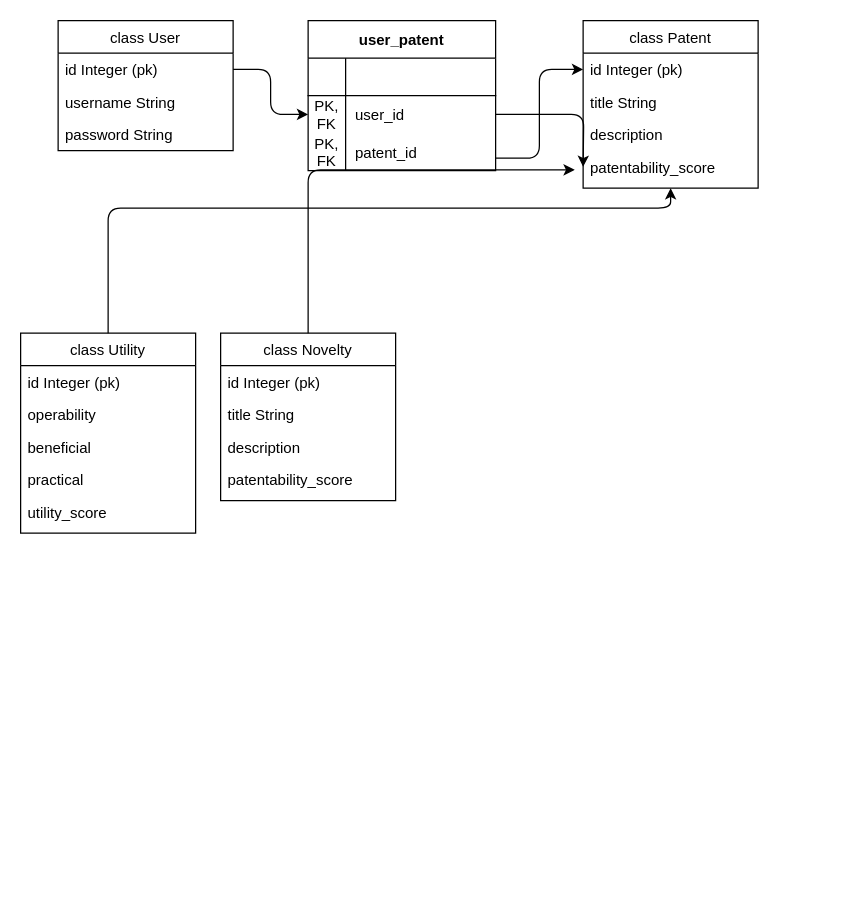
Before: patentschema.drawio in ryan-dev-flat/patent, a draw.io diagram. Source tidied: cells renumbered, new cells numbered last; positions are measured from the earlier drawing's top-left corner, leaving out a move shared by most shapes. Both pictures are drawn from the tidied source at 125%, with x=0, y=0 at pixel (20, 20).
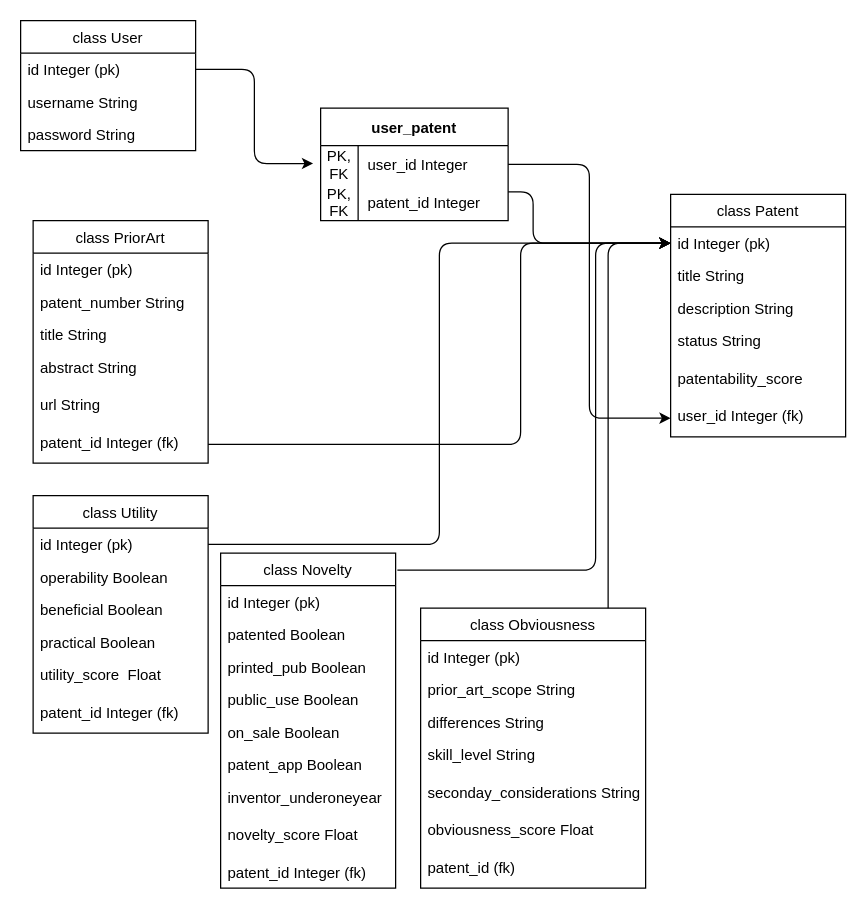
After the change.

Commit message (it also covers changes not shown here):
updated readme for user stories and schema

The change refers to these unchanged cells:
```xml
<mxCell id="3" value="id Integer (pk)" style="text;strokeColor=none;fillColor=none;align=left;verticalAlign=top;spacingLeft=4;spacingRight=4;overflow=hidden;points=[[0,0.5],[1,0.5]];portConstraint=eastwest;" parent="2" vertex="1">
  <mxGeometry y="26" width="140" height="26" as="geometry" />
</mxCell>
```

Diff of the diagram source:
```diff
@@
     <mxCell id="2" value="class User" style="swimlane;fontStyle=0;horizontal=1;startSize=26;fillColor=none;" parent="1" vertex="1">
-      <mxGeometry x="30" width="140" height="104" as="geometry" />
+      <mxGeometry width="140" height="104" as="geometry" />
     </mxCell>
@@
-    <mxCell id="6" style="edgeStyle=orthogonalEdgeStyle;html=1;elbow=vertical;" parent="1" edge="1" source="26" target="12">
-      <mxGeometry relative="1" as="geometry">
-        <Array as="points">
-          <mxPoint x="70" y="150" />
-          <mxPoint x="520" y="150" />
-        </Array>
-      </mxGeometry>
-    </mxCell>
-    <mxCell id="7" style="edgeStyle=orthogonalEdgeStyle;html=1;elbow=vertical;entryX=-0.048;entryY=0.513;entryDx=0;entryDy=0;entryPerimeter=0;" parent="1" edge="1" source="32" target="12">
-      <mxGeometry relative="1" as="geometry" />
-    </mxCell>
-    <mxCell id="8" value="class Patent" style="swimlane;fontStyle=0;horizontal=1;startSize=26;fillColor=none;" parent="1" vertex="1">
-      <mxGeometry x="450" width="140" height="134" as="geometry" />
-    </mxCell>
-    <mxCell id="9" value="id Integer (pk)" style="text;strokeColor=none;fillColor=none;align=left;verticalAlign=top;spacingLeft=4;spacingRight=4;overflow=hidden;points=[[0,0.5],[1,0.5]];portConstraint=eastwest;" parent="8" vertex="1">
-      <mxGeometry y="26" width="140" height="26" as="geometry" />
-    </mxCell>
-    <mxCell id="10" value="title String" style="text;strokeColor=none;fillColor=none;align=left;verticalAlign=top;spacingLeft=4;spacingRight=4;overflow=hidden;" parent="8" vertex="1">
-      <mxGeometry y="52" width="140" height="26" as="geometry" />
-    </mxCell>
-    <mxCell id="11" value="description" style="text;strokeColor=none;fillColor=none;align=left;verticalAlign=top;spacingLeft=4;spacingRight=4;overflow=hidden;" parent="8" vertex="1">
-      <mxGeometry y="78" width="140" height="26" as="geometry" />
-    </mxCell>
-    <mxCell id="12" value="patentability_score" style="text;strokeColor=none;fillColor=none;align=left;verticalAlign=top;spacingLeft=4;spacingRight=4;overflow=hidden;points=[[0,0.5],[1,0.5]];portConstraint=eastwest;" parent="8" vertex="1">
-      <mxGeometry y="104" width="140" height="30" as="geometry" />
-    </mxCell>
-    <mxCell id="13" style="edgeStyle=orthogonalEdgeStyle;html=1;elbow=vertical;exitX=1;exitY=0.5;exitDx=0;exitDy=0;" parent="1" edge="1" source="18">
-      <mxGeometry relative="1" as="geometry">
-        <mxPoint x="450" y="117" as="targetPoint" />
-      </mxGeometry>
-    </mxCell>
+    <mxCell id="37" style="edgeStyle=elbowEdgeStyle;html=1;entryX=0;entryY=0.5;entryDx=0;entryDy=0;" parent="1" edge="1" source="14" target="55">
+      <mxGeometry relative="1" as="geometry" />
+    </mxCell>
+    <mxCell id="26" value="class Utility" style="swimlane;fontStyle=0;horizontal=1;startSize=26;fillColor=none;" parent="1" vertex="1">
+      <mxGeometry x="10" y="380" width="140" height="190" as="geometry" />
+    </mxCell>
+    <mxCell id="27" value="id Integer (pk)" style="text;strokeColor=none;fillColor=none;align=left;verticalAlign=top;spacingLeft=4;spacingRight=4;overflow=hidden;points=[[0,0.5],[1,0.5]];portConstraint=eastwest;" parent="26" vertex="1">
+      <mxGeometry y="26" width="140" height="26" as="geometry" />
+    </mxCell>
+    <mxCell id="28" value="operability Boolean" style="text;strokeColor=none;fillColor=none;align=left;verticalAlign=top;spacingLeft=4;spacingRight=4;overflow=hidden;" parent="26" vertex="1">
+      <mxGeometry y="52" width="140" height="26" as="geometry" />
+    </mxCell>
+    <mxCell id="29" value="beneficial Boolean" style="text;strokeColor=none;fillColor=none;align=left;verticalAlign=top;spacingLeft=4;spacingRight=4;overflow=hidden;" parent="26" vertex="1">
+      <mxGeometry y="78" width="140" height="26" as="geometry" />
+    </mxCell>
+    <mxCell id="30" value="practical Boolean" style="text;strokeColor=none;fillColor=none;align=left;verticalAlign=top;spacingLeft=4;spacingRight=4;overflow=hidden;" parent="26" vertex="1">
+      <mxGeometry y="104" width="140" height="26" as="geometry" />
+    </mxCell>
+    <mxCell id="31" value="utility_score  Float" style="text;strokeColor=none;fillColor=none;align=left;verticalAlign=top;spacingLeft=4;spacingRight=4;overflow=hidden;" parent="26" vertex="1">
+      <mxGeometry y="130" width="140" height="30" as="geometry" />
+    </mxCell>
+    <mxCell id="38" value="patent_id Integer (fk)" style="text;strokeColor=none;fillColor=none;align=left;verticalAlign=top;spacingLeft=4;spacingRight=4;overflow=hidden;" parent="26" vertex="1">
+      <mxGeometry y="160" width="140" height="30" as="geometry" />
+    </mxCell>
+    <mxCell id="39" style="edgeStyle=elbowEdgeStyle;html=1;startArrow=none;entryX=0;entryY=0.5;entryDx=0;entryDy=0;" parent="1" edge="1" source="57" target="9">
+      <mxGeometry relative="1" as="geometry">
+        <Array as="points">
+          <mxPoint x="470" y="200" />
+        </Array>
+      </mxGeometry>
+    </mxCell>
+    <mxCell id="40" value="class PriorArt" style="swimlane;fontStyle=0;horizontal=1;startSize=26;fillColor=none;" parent="1" vertex="1">
+      <mxGeometry x="10" y="160" width="140" height="194" as="geometry" />
+    </mxCell>
+    <mxCell id="41" value="id Integer (pk)" style="text;strokeColor=none;fillColor=none;align=left;verticalAlign=top;spacingLeft=4;spacingRight=4;overflow=hidden;" parent="40" vertex="1">
+      <mxGeometry y="26" width="140" height="26" as="geometry" />
+    </mxCell>
+    <mxCell id="42" value="patent_number String" style="text;strokeColor=none;fillColor=none;align=left;verticalAlign=top;spacingLeft=4;spacingRight=4;overflow=hidden;" parent="40" vertex="1">
+      <mxGeometry y="52" width="140" height="26" as="geometry" />
+    </mxCell>
+    <mxCell id="43" value="title String" style="text;strokeColor=none;fillColor=none;align=left;verticalAlign=top;spacingLeft=4;spacingRight=4;overflow=hidden;" parent="40" vertex="1">
+      <mxGeometry y="78" width="140" height="26" as="geometry" />
+    </mxCell>
+    <mxCell id="44" value="abstract String" style="text;strokeColor=none;fillColor=none;align=left;verticalAlign=top;spacingLeft=4;spacingRight=4;overflow=hidden;" parent="40" vertex="1">
+      <mxGeometry y="104" width="140" height="30" as="geometry" />
+    </mxCell>
+    <mxCell id="45" value="url String" style="text;strokeColor=none;fillColor=none;align=left;verticalAlign=top;spacingLeft=4;spacingRight=4;overflow=hidden;" parent="40" vertex="1">
+      <mxGeometry y="134" width="140" height="30" as="geometry" />
+    </mxCell>
+    <mxCell id="46" value="patent_id Integer (fk)" style="text;strokeColor=none;fillColor=none;align=left;verticalAlign=top;spacingLeft=4;spacingRight=4;overflow=hidden;points=[[0,0.5],[1,0.5]];portConstraint=eastwest;" parent="40" vertex="1">
+      <mxGeometry y="164" width="140" height="30" as="geometry" />
+    </mxCell>
+    <mxCell id="47" style="edgeStyle=elbowEdgeStyle;html=1;entryX=0;entryY=0.5;entryDx=0;entryDy=0;exitX=1.01;exitY=0.051;exitDx=0;exitDy=0;exitPerimeter=0;" parent="1" edge="1" source="32" target="9">
+      <mxGeometry relative="1" as="geometry">
+        <Array as="points">
+          <mxPoint x="460" y="380" />
+        </Array>
+      </mxGeometry>
+    </mxCell>
+    <mxCell id="32" value="class Novelty" style="swimlane;fontStyle=0;horizontal=1;startSize=26;fillColor=none;" parent="1" vertex="1">
+      <mxGeometry x="160" y="426" width="140" height="268" as="geometry" />
+    </mxCell>
+    <mxCell id="33" value="id Integer (pk)" style="text;strokeColor=none;fillColor=none;align=left;verticalAlign=top;spacingLeft=4;spacingRight=4;overflow=hidden;" parent="32" vertex="1">
+      <mxGeometry y="26" width="140" height="26" as="geometry" />
+    </mxCell>
+    <mxCell id="34" value="patented Boolean" style="text;strokeColor=none;fillColor=none;align=left;verticalAlign=top;spacingLeft=4;spacingRight=4;overflow=hidden;" parent="32" vertex="1">
+      <mxGeometry y="52" width="140" height="26" as="geometry" />
+    </mxCell>
+    <mxCell id="35" value="printed_pub Boolean&#10;" style="text;strokeColor=none;fillColor=none;align=left;verticalAlign=top;spacingLeft=4;spacingRight=4;overflow=hidden;" parent="32" vertex="1">
+      <mxGeometry y="78" width="140" height="26" as="geometry" />
+    </mxCell>
+    <mxCell id="48" value="public_use Boolean" style="text;strokeColor=none;fillColor=none;align=left;verticalAlign=top;spacingLeft=4;spacingRight=4;overflow=hidden;" parent="32" vertex="1">
+      <mxGeometry y="104" width="140" height="26" as="geometry" />
+    </mxCell>
+    <mxCell id="49" value="on_sale Boolean" style="text;strokeColor=none;fillColor=none;align=left;verticalAlign=top;spacingLeft=4;spacingRight=4;overflow=hidden;" parent="32" vertex="1">
+      <mxGeometry y="130" width="140" height="26" as="geometry" />
+    </mxCell>
+    <mxCell id="50" value="patent_app Boolean" style="text;strokeColor=none;fillColor=none;align=left;verticalAlign=top;spacingLeft=4;spacingRight=4;overflow=hidden;" parent="32" vertex="1">
+      <mxGeometry y="156" width="140" height="26" as="geometry" />
+    </mxCell>
+    <mxCell id="36" value="inventor_underoneyear" style="text;strokeColor=none;fillColor=none;align=left;verticalAlign=top;spacingLeft=4;spacingRight=4;overflow=hidden;" parent="32" vertex="1">
+      <mxGeometry y="182" width="140" height="30" as="geometry" />
+    </mxCell>
+    <mxCell id="51" value="novelty_score Float" style="text;strokeColor=none;fillColor=none;align=left;verticalAlign=top;spacingLeft=4;spacingRight=4;overflow=hidden;" parent="32" vertex="1">
+      <mxGeometry y="212" width="140" height="30" as="geometry" />
+    </mxCell>
+    <mxCell id="52" value="patent_id Integer (fk)" style="text;strokeColor=none;fillColor=none;align=left;verticalAlign=top;spacingLeft=4;spacingRight=4;overflow=hidden;" parent="32" vertex="1">
+      <mxGeometry y="242" width="140" height="26" as="geometry" />
+    </mxCell>
+    <mxCell id="53" style="edgeStyle=elbowEdgeStyle;html=1;entryX=0;entryY=0.5;entryDx=0;entryDy=0;startArrow=none;" parent="1" edge="1" source="14" target="9">
+      <mxGeometry relative="1" as="geometry">
+        <Array as="points">
+          <mxPoint x="410" y="137" />
+          <mxPoint x="440" y="120" />
+        </Array>
+      </mxGeometry>
+    </mxCell>
     <mxCell id="14" value="user_patent" style="shape=table;startSize=30;childLayout=tableLayout;rowLines=0;fontStyle=1;align=center;" parent="1" vertex="1">
-      <mxGeometry x="230" width="150" height="120" as="geometry" />
+      <mxGeometry x="240" y="70" width="150" height="90" as="geometry" />
     </mxCell>
-    <mxCell id="15" style="shape=tableRow;horizontal=0;startSize=0;swimlaneHead=0;swimlaneBody=0;fillColor=none;top=0;left=0;right=0;bottom=1;" parent="14" vertex="1">
-      <mxGeometry y="30" width="150" height="30" as="geometry" />
-    </mxCell>
-    <mxCell id="16" style="shape=partialRectangle;fillColor=none;top=0;left=0;bottom=0;right=0;fontStyle=1;overflow=hidden;" parent="15" vertex="1">
-      <mxGeometry width="30" height="30" as="geometry" />
-    </mxCell>
-    <mxCell id="17" style="shape=partialRectangle;fillColor=none;top=0;left=0;bottom=0;right=0;align=left;spacingLeft=6;fontStyle=5;overflow=hidden;" parent="15" vertex="1">
-      <mxGeometry x="30" width="120" height="30" as="geometry" />
-    </mxCell>
     <mxCell id="18" style="shape=tableRow;horizontal=0;startSize=0;swimlaneHead=0;swimlaneBody=0;fillColor=none;points=[[0,0.5],[1,0.5]];portConstraint=eastwest;top=0;left=0;right=0;bottom=0;" parent="14" vertex="1">
-      <mxGeometry y="60" width="150" height="30" as="geometry" />
+      <mxGeometry y="30" width="150" height="30" as="geometry" />
     </mxCell>
@@
-    <mxCell id="20" value="user_id" style="shape=partialRectangle;fillColor=none;top=0;left=0;bottom=0;right=0;align=left;spacingLeft=6;overflow=hidden;" parent="18" vertex="1">
+    <mxCell id="20" value="user_id Integer" style="shape=partialRectangle;fillColor=none;top=0;left=0;bottom=0;right=0;align=left;spacingLeft=6;overflow=hidden;" parent="18" vertex="1">
       <mxGeometry x="30" width="120" height="30" as="geometry" />
     </mxCell>
     <mxCell id="21" style="shape=tableRow;horizontal=0;startSize=0;swimlaneHead=0;swimlaneBody=0;fillColor=none;top=0;left=0;right=0;bottom=0;" parent="14" vertex="1">
-      <mxGeometry y="90" width="150" height="30" as="geometry" />
+      <mxGeometry y="60" width="150" height="30" as="geometry" />
     </mxCell>
@@
-    <mxCell id="23" value="patent_id" style="shape=partialRectangle;fillColor=none;top=0;left=0;bottom=0;right=0;align=left;spacingLeft=6;overflow=hidden;" parent="21" vertex="1">
+    <mxCell id="23" value="patent_id Integer" style="shape=partialRectangle;fillColor=none;top=0;left=0;bottom=0;right=0;align=left;spacingLeft=6;overflow=hidden;" parent="21" vertex="1">
       <mxGeometry x="30" width="120" height="30" as="geometry" />
     </mxCell>
-    <mxCell id="24" style="edgeStyle=orthogonalEdgeStyle;elbow=vertical;html=1;" parent="1" edge="1" target="9">
-      <mxGeometry relative="1" as="geometry">
-        <mxPoint x="380" y="110" as="sourcePoint" />
-        <Array as="points">
-          <mxPoint x="380" y="110" />
-          <mxPoint x="415" y="110" />
-          <mxPoint x="415" y="39" />
-        </Array>
-      </mxGeometry>
-    </mxCell>
+    <mxCell id="8" value="class Patent" style="swimlane;fontStyle=0;horizontal=1;startSize=26;fillColor=none;" parent="1" vertex="1">
+      <mxGeometry x="520" y="139" width="140" height="194" as="geometry" />
+    </mxCell>
+    <mxCell id="9" value="id Integer (pk)" style="text;strokeColor=none;fillColor=none;align=left;verticalAlign=top;spacingLeft=4;spacingRight=4;overflow=hidden;points=[[0,0.5],[1,0.5]];portConstraint=eastwest;" parent="8" vertex="1">
+      <mxGeometry y="26" width="140" height="26" as="geometry" />
+    </mxCell>
+    <mxCell id="10" value="title String" style="text;strokeColor=none;fillColor=none;align=left;verticalAlign=top;spacingLeft=4;spacingRight=4;overflow=hidden;" parent="8" vertex="1">
+      <mxGeometry y="52" width="140" height="26" as="geometry" />
+    </mxCell>
+    <mxCell id="11" value="description String" style="text;strokeColor=none;fillColor=none;align=left;verticalAlign=top;spacingLeft=4;spacingRight=4;overflow=hidden;" parent="8" vertex="1">
+      <mxGeometry y="78" width="140" height="26" as="geometry" />
+    </mxCell>
+    <mxCell id="54" value="status String" style="text;strokeColor=none;fillColor=none;align=left;verticalAlign=top;spacingLeft=4;spacingRight=4;overflow=hidden;" parent="8" vertex="1">
+      <mxGeometry y="104" width="140" height="30" as="geometry" />
+    </mxCell>
+    <mxCell id="12" value="patentability_score" style="text;strokeColor=none;fillColor=none;align=left;verticalAlign=top;spacingLeft=4;spacingRight=4;overflow=hidden;points=[[0,0.5],[1,0.5]];portConstraint=eastwest;" parent="8" vertex="1">
+      <mxGeometry y="134" width="140" height="30" as="geometry" />
+    </mxCell>
+    <mxCell id="55" value="user_id Integer (fk)" style="text;strokeColor=none;fillColor=none;align=left;verticalAlign=top;spacingLeft=4;spacingRight=4;overflow=hidden;points=[[0,0.5],[1,0.5]];portConstraint=eastwest;" parent="8" vertex="1">
+      <mxGeometry y="164" width="140" height="30" as="geometry" />
+    </mxCell>
+    <mxCell id="56" style="edgeStyle=elbowEdgeStyle;html=1;entryX=0;entryY=0.5;entryDx=0;entryDy=0;" parent="1" edge="1" source="46" target="9">
+      <mxGeometry relative="1" as="geometry">
+        <Array as="points">
+          <mxPoint x="400" y="320" />
+          <mxPoint x="440" y="260" />
+        </Array>
+      </mxGeometry>
+    </mxCell>
-    <mxCell id="25" style="edgeStyle=orthogonalEdgeStyle;html=1;exitX=1;exitY=0.5;exitDx=0;exitDy=0;entryX=0;entryY=0.5;entryDx=0;entryDy=0;elbow=vertical;" parent="1" edge="1" source="3" target="18">
+    <mxCell id="25" style="edgeStyle=elbowEdgeStyle;html=1;entryX=-0.04;entryY=0.478;entryDx=0;entryDy=0;entryPerimeter=0;" parent="1" edge="1" source="3" target="18">
       <mxGeometry relative="1" as="geometry" />
     </mxCell>
-    <mxCell id="26" value="class Utility" style="swimlane;fontStyle=0;horizontal=1;startSize=26;fillColor=none;" parent="1" vertex="1">
-      <mxGeometry y="250" width="140" height="160" as="geometry" />
-    </mxCell>
-    <mxCell id="27" value="id Integer (pk)" style="text;strokeColor=none;fillColor=none;align=left;verticalAlign=top;spacingLeft=4;spacingRight=4;overflow=hidden;points=[[0,0.5],[1,0.5]];portConstraint=eastwest;" parent="26" vertex="1">
-      <mxGeometry y="26" width="140" height="26" as="geometry" />
-    </mxCell>
-    <mxCell id="28" value="operability" style="text;strokeColor=none;fillColor=none;align=left;verticalAlign=top;spacingLeft=4;spacingRight=4;overflow=hidden;" parent="26" vertex="1">
-      <mxGeometry y="52" width="140" height="26" as="geometry" />
-    </mxCell>
-    <mxCell id="29" value="beneficial" style="text;strokeColor=none;fillColor=none;align=left;verticalAlign=top;spacingLeft=4;spacingRight=4;overflow=hidden;" parent="26" vertex="1">
-      <mxGeometry y="78" width="140" height="26" as="geometry" />
-    </mxCell>
-    <mxCell id="30" value="practical" style="text;strokeColor=none;fillColor=none;align=left;verticalAlign=top;spacingLeft=4;spacingRight=4;overflow=hidden;" parent="26" vertex="1">
-      <mxGeometry y="104" width="140" height="26" as="geometry" />
-    </mxCell>
-    <mxCell id="31" value="utility_score " style="text;strokeColor=none;fillColor=none;align=left;verticalAlign=top;spacingLeft=4;spacingRight=4;overflow=hidden;" parent="26" vertex="1">
-      <mxGeometry y="130" width="140" height="30" as="geometry" />
-    </mxCell>
-    <mxCell id="32" value="class Novelty" style="swimlane;fontStyle=0;horizontal=1;startSize=26;fillColor=none;" parent="1" vertex="1">
-      <mxGeometry x="160" y="250" width="140" height="134" as="geometry" />
-    </mxCell>
-    <mxCell id="33" value="id Integer (pk)" style="text;strokeColor=none;fillColor=none;align=left;verticalAlign=top;spacingLeft=4;spacingRight=4;overflow=hidden;" parent="32" vertex="1">
-      <mxGeometry y="26" width="140" height="26" as="geometry" />
-    </mxCell>
-    <mxCell id="34" value="title String" style="text;strokeColor=none;fillColor=none;align=left;verticalAlign=top;spacingLeft=4;spacingRight=4;overflow=hidden;" parent="32" vertex="1">
-      <mxGeometry y="52" width="140" height="26" as="geometry" />
-    </mxCell>
-    <mxCell id="35" value="description" style="text;strokeColor=none;fillColor=none;align=left;verticalAlign=top;spacingLeft=4;spacingRight=4;overflow=hidden;" parent="32" vertex="1">
-      <mxGeometry y="78" width="140" height="26" as="geometry" />
-    </mxCell>
-    <mxCell id="36" value="patentability_score" style="text;strokeColor=none;fillColor=none;align=left;verticalAlign=top;spacingLeft=4;spacingRight=4;overflow=hidden;" parent="32" vertex="1">
-      <mxGeometry y="104" width="140" height="30" as="geometry" />
-    </mxCell>
+    <mxCell id="57" value="class Obviousness" style="swimlane;fontStyle=0;horizontal=1;startSize=26;fillColor=none;" parent="1" vertex="1">
+      <mxGeometry x="320" y="470" width="180" height="224" as="geometry" />
+    </mxCell>
+    <mxCell id="58" value="id Integer (pk)" style="text;strokeColor=none;fillColor=none;align=left;verticalAlign=top;spacingLeft=4;spacingRight=4;overflow=hidden;" parent="57" vertex="1">
+      <mxGeometry y="26" width="180" height="26" as="geometry" />
+    </mxCell>
+    <mxCell id="59" value="prior_art_scope String" style="text;strokeColor=none;fillColor=none;align=left;verticalAlign=top;spacingLeft=4;spacingRight=4;overflow=hidden;" parent="57" vertex="1">
+      <mxGeometry y="52" width="180" height="26" as="geometry" />
+    </mxCell>
+    <mxCell id="60" value="differences String" style="text;strokeColor=none;fillColor=none;align=left;verticalAlign=top;spacingLeft=4;spacingRight=4;overflow=hidden;" parent="57" vertex="1">
+      <mxGeometry y="78" width="180" height="26" as="geometry" />
+    </mxCell>
+    <mxCell id="61" value="skill_level String" style="text;strokeColor=none;fillColor=none;align=left;verticalAlign=top;spacingLeft=4;spacingRight=4;overflow=hidden;" parent="57" vertex="1">
+      <mxGeometry y="104" width="180" height="30" as="geometry" />
+    </mxCell>
+    <mxCell id="62" value="seconday_considerations String" style="text;strokeColor=none;fillColor=none;align=left;verticalAlign=top;spacingLeft=4;spacingRight=4;overflow=hidden;" parent="57" vertex="1">
+      <mxGeometry y="134" width="180" height="30" as="geometry" />
+    </mxCell>
+    <mxCell id="63" value="obviousness_score Float" style="text;strokeColor=none;fillColor=none;align=left;verticalAlign=top;spacingLeft=4;spacingRight=4;overflow=hidden;" parent="57" vertex="1">
+      <mxGeometry y="164" width="180" height="30" as="geometry" />
+    </mxCell>
+    <mxCell id="64" value="patent_id (fk)" style="text;strokeColor=none;fillColor=none;align=left;verticalAlign=top;spacingLeft=4;spacingRight=4;overflow=hidden;" parent="57" vertex="1">
+      <mxGeometry y="194" width="180" height="30" as="geometry" />
+    </mxCell>
+    <mxCell id="65" style="edgeStyle=elbowEdgeStyle;html=1;entryX=0;entryY=0.5;entryDx=0;entryDy=0;" parent="1" edge="1" source="27" target="9">
+      <mxGeometry relative="1" as="geometry" />
+    </mxCell>
```
